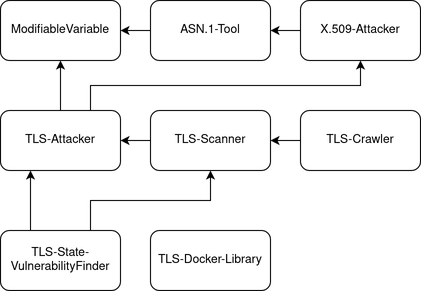
Above: resources/figures/structure.png in tls-attacker/TLS-Attacker-Description (draw.io), before the change. Source tidied: cells renumbered, new cells last; positions are measured from the earlier drawing's top-left corner, leaving out a move shared by most shapes.
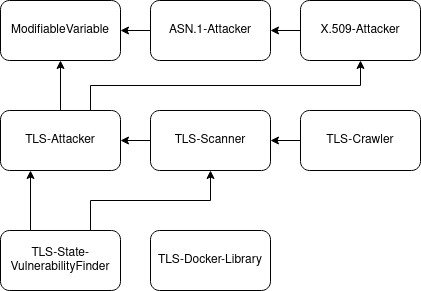
After the commit.

Diff of the diagram source:
```diff
@@ -5,7 +5,7 @@
     <mxCell id="2" value="ModifiableVariable" style="rounded=1;whiteSpace=wrap;html=1;" parent="1" vertex="1">
       <mxGeometry width="120" height="60" as="geometry" />
     </mxCell>
-    <mxCell id="3" value="ASN.1-Tool" style="rounded=1;whiteSpace=wrap;html=1;" parent="1" vertex="1">
+    <mxCell id="3" value="ASN.1-Attacker" style="rounded=1;whiteSpace=wrap;html=1;" parent="1" vertex="1">
       <mxGeometry x="150" width="120" height="60" as="geometry" />
     </mxCell>
     <mxCell id="4" value="X.509-Attacker" style="rounded=1;whiteSpace=wrap;html=1;" parent="1" vertex="1">
```
